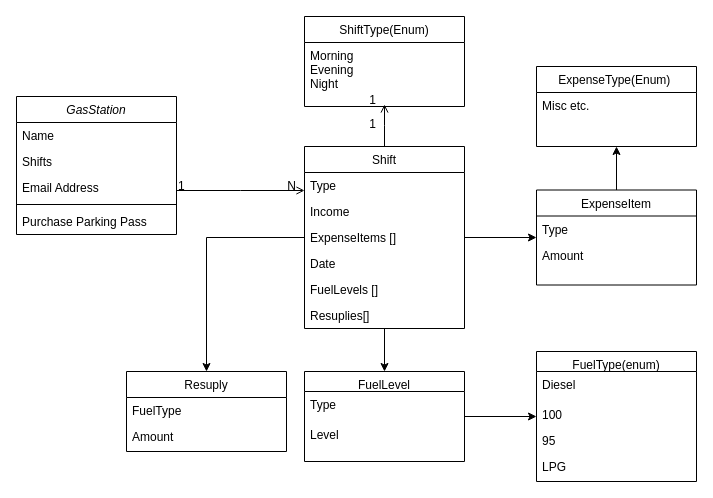
Earlier version of the draw.io diagram class-diagram.drawio (Sonik08/Harbor). Source tidied: cells renumbered, new cells numbered last; positions are measured from the earlier drawing's top-left corner, leaving out a move shared by most shapes. Both pictures are drawn from the tidied source at 100%, with x=0, y=0 at pixel (16, 16).
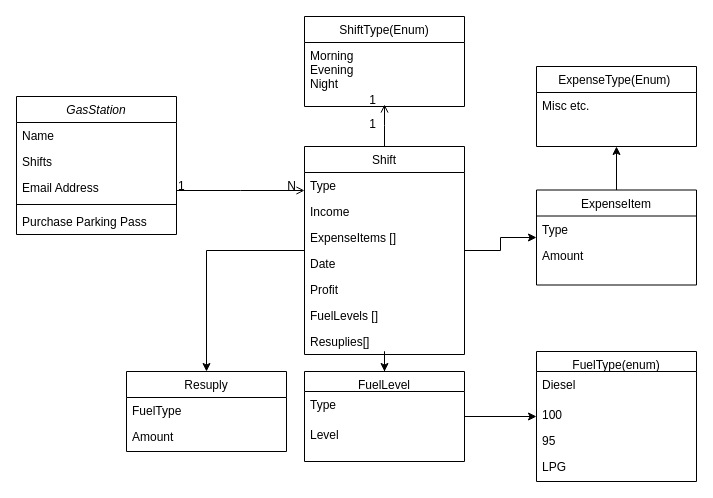
The same diagram, later.

Diff of the diagram source:
```diff
@@
     <mxCell id="4" value="Shift" style="swimlane;fontStyle=0;align=center;verticalAlign=top;horizontal=1;startSize=26;rounded=0;shadow=0;strokeWidth=1;" parent="1" vertex="1">
-      <mxGeometry x="288" y="130" width="160" height="182" as="geometry" />
+      <mxGeometry x="288" y="130" width="160" height="208" as="geometry" />
     </mxCell>
@@
+    <mxCell id="10" value="Profit" style="text;align=left;verticalAlign=top;spacingLeft=4;spacingRight=4;overflow=hidden;rounded=0;shadow=0;html=0;" parent="4" vertex="1">
+      <mxGeometry y="130" width="160" height="26" as="geometry" />
+    </mxCell>
     <mxCell id="9" value="FuelLevels []" style="text;align=left;verticalAlign=top;spacingLeft=4;spacingRight=4;overflow=hidden;rounded=0;shadow=0;html=0;" parent="4" vertex="1">
-      <mxGeometry y="130" width="160" height="26" as="geometry" />
+      <mxGeometry y="156" width="160" height="26" as="geometry" />
     </mxCell>
-    <mxCell id="10" value="Resuplies[]" style="text;align=left;verticalAlign=top;spacingLeft=4;spacingRight=4;overflow=hidden;rounded=0;shadow=0;html=0;" parent="4" vertex="1">
-      <mxGeometry y="156" width="160" height="26" as="geometry" />
-    </mxCell>
+    <mxCell id="44" value="Resuplies[]" style="text;align=left;verticalAlign=top;spacingLeft=4;spacingRight=4;overflow=hidden;rounded=0;shadow=0;html=0;" parent="4" vertex="1">
+      <mxGeometry y="182" width="160" height="26" as="geometry" />
+    </mxCell>
```
